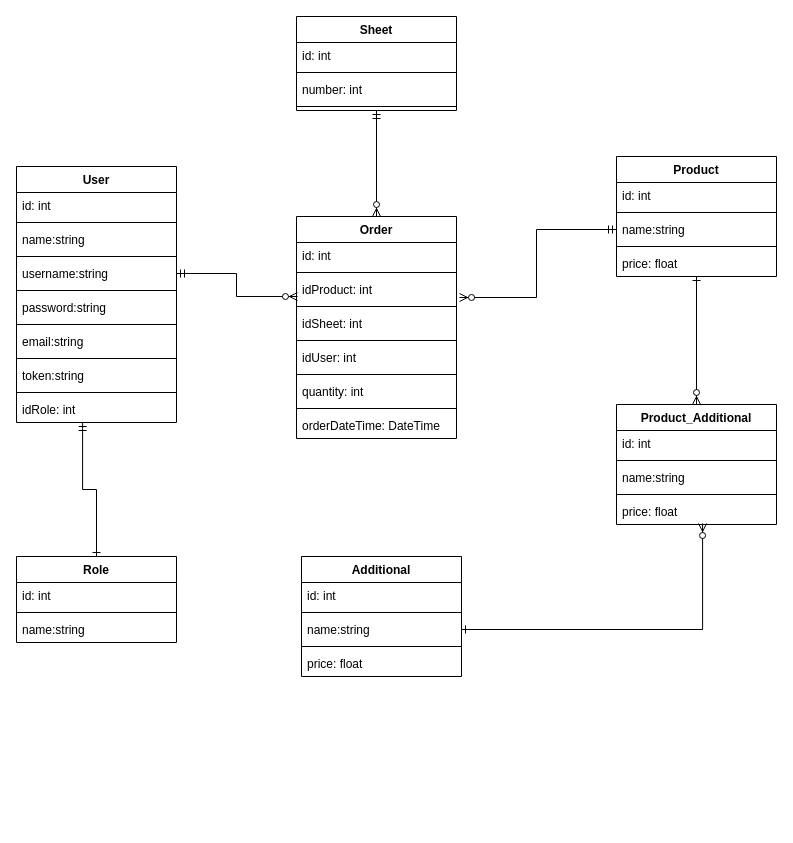
This is db_diagram.drawio from kaueemanuel/backend-bar-management, a draw.io file, before an edit. Source tidied: cells renumbered, new cells numbered last; positions are measured from the earlier drawing's top-left corner, leaving out a move shared by most shapes. Both pictures are drawn from the tidied source at 100%, with x=0, y=0 at pixel (16, 16).
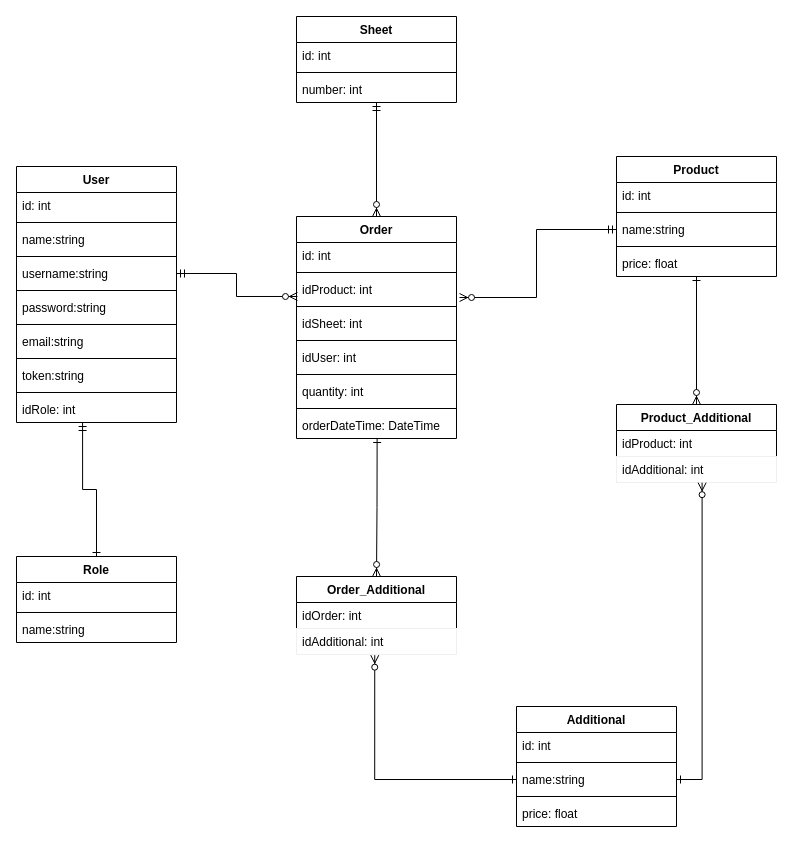
After the change.

The change refers to these unchanged cells:
```xml
<mxCell id="25" value="orderDateTime: DateTime" style="text;strokeColor=none;fillColor=none;align=left;verticalAlign=top;spacingLeft=4;spacingRight=4;overflow=hidden;points=[[0,0.5],[1,0.5]];portConstraint=eastwest;" parent="14" vertex="1">
  <mxGeometry y="196" width="160" height="26" as="geometry" />
</mxCell>
<mxCell id="45" value="name:string" style="text;strokeColor=none;fillColor=none;align=left;verticalAlign=top;spacingLeft=4;spacingRight=4;overflow=hidden;points=[[0,0.5],[1,0.5]];portConstraint=eastwest;" parent="42" vertex="1">
  <mxGeometry y="60" width="160" height="26" as="geometry" />
</mxCell>
```

Diff of the diagram source:
```diff
@@
     <mxCell id="9" value="Sheet" style="swimlane;fontStyle=1;align=center;verticalAlign=top;horizontal=1;startSize=26;" parent="1" vertex="1">
-      <mxGeometry x="280" width="160" height="94" as="geometry" />
+      <mxGeometry x="280" width="160" height="86" as="geometry" />
     </mxCell>
@@
-    <mxCell id="13" style="line;strokeWidth=1;fillColor=none;align=left;verticalAlign=middle;spacingTop=-1;spacingLeft=3;spacingRight=3;labelPosition=right;" parent="9" vertex="1">
-      <mxGeometry y="86" width="160" height="8" as="geometry" />
-    </mxCell>
@@
     <mxCell id="42" value="Additional" style="swimlane;fontStyle=1;align=center;verticalAlign=top;horizontal=1;startSize=26;" parent="1" vertex="1">
-      <mxGeometry x="285" y="540" width="160" height="120" as="geometry" />
+      <mxGeometry x="500" y="690" width="160" height="120" as="geometry" />
     </mxCell>
@@
     <mxCell id="49" value="Product_Additional" style="swimlane;fontStyle=1;align=center;verticalAlign=top;horizontal=1;startSize=26;" parent="1" vertex="1">
-      <mxGeometry x="600" y="388" width="160" height="120" as="geometry" />
+      <mxGeometry x="600" y="388" width="160" height="78" as="geometry" />
     </mxCell>
-    <mxCell id="50" value="id: int" style="text;strokeColor=none;fillColor=none;align=left;verticalAlign=top;spacingLeft=4;spacingRight=4;overflow=hidden;" parent="49" vertex="1">
+    <mxCell id="50" value="idProduct: int" style="text;strokeColor=none;fillColor=none;align=left;verticalAlign=top;spacingLeft=4;spacingRight=4;overflow=hidden;" parent="49" vertex="1">
       <mxGeometry y="26" width="160" height="26" as="geometry" />
     </mxCell>
-    <mxCell id="51" style="line;strokeWidth=1;fillColor=none;align=left;verticalAlign=middle;spacingTop=-1;spacingLeft=3;spacingRight=3;labelPosition=right;" parent="49" vertex="1">
-      <mxGeometry y="52" width="160" height="8" as="geometry" />
-    </mxCell>
-    <mxCell id="52" value="name:string" style="text;strokeColor=none;fillColor=none;align=left;verticalAlign=top;spacingLeft=4;spacingRight=4;overflow=hidden;" parent="49" vertex="1">
-      <mxGeometry y="60" width="160" height="26" as="geometry" />
-    </mxCell>
-    <mxCell id="53" style="line;strokeWidth=1;fillColor=none;align=left;verticalAlign=middle;spacingTop=-1;spacingLeft=3;spacingRight=3;labelPosition=right;" parent="49" vertex="1">
-      <mxGeometry y="86" width="160" height="8" as="geometry" />
-    </mxCell>
-    <mxCell id="54" value="price: float" style="text;strokeColor=none;fillColor=none;align=left;verticalAlign=top;spacingLeft=4;spacingRight=4;overflow=hidden;points=[[0,0.5],[1,0.5]];portConstraint=eastwest;" parent="49" vertex="1">
-      <mxGeometry y="94" width="160" height="26" as="geometry" />
-    </mxCell>
+    <mxCell id="61" value="idAdditional: int" style="text;fillColor=none;align=left;verticalAlign=top;spacingLeft=4;spacingRight=4;overflow=hidden;points=[[0,0.5],[1,0.5]];portConstraint=eastwest;strokeColor=#f0f0f0;" parent="49" vertex="1">
+      <mxGeometry y="52" width="160" height="26" as="geometry" />
+    </mxCell>
-    <mxCell id="55" style="edgeStyle=orthogonalEdgeStyle;rounded=0;jettySize=auto;html=1;entryX=0.538;entryY=0.962;entryDx=0;entryDy=0;entryPerimeter=0;startArrow=ERone;startFill=0;endArrow=ERzeroToMany;endFill=1;" parent="1" edge="1" source="45" target="54">
+    <mxCell id="55" style="edgeStyle=orthogonalEdgeStyle;rounded=0;jettySize=auto;html=1;entryX=0.535;entryY=1.006;entryDx=0;entryDy=0;entryPerimeter=0;startArrow=ERone;startFill=0;endArrow=ERzeroToMany;endFill=1;" parent="1" edge="1" source="45" target="61">
       <mxGeometry relative="1" as="geometry" />
     </mxCell>
@@
+    <mxCell id="62" style="edgeStyle=orthogonalEdgeStyle;rounded=0;jettySize=auto;html=1;exitX=0.5;exitY=0;exitDx=0;exitDy=0;entryX=0.504;entryY=1;entryDx=0;entryDy=0;entryPerimeter=0;endArrow=ERone;endFill=0;startArrow=ERzeroToMany;startFill=1;" parent="1" edge="1" target="25">
+      <mxGeometry relative="1" as="geometry">
+        <mxPoint x="360" y="560" as="sourcePoint" />
+      </mxGeometry>
+    </mxCell>
+    <mxCell id="63" style="edgeStyle=orthogonalEdgeStyle;rounded=0;jettySize=auto;html=1;exitX=0;exitY=0.5;exitDx=0;exitDy=0;entryX=0.489;entryY=1.026;entryDx=0;entryDy=0;entryPerimeter=0;startArrow=ERone;startFill=0;endArrow=ERzeroToMany;endFill=1;" parent="1" edge="1" source="45" target="66">
+      <mxGeometry relative="1" as="geometry" />
+    </mxCell>
+    <mxCell id="64" value="Order_Additional" style="swimlane;fontStyle=1;align=center;verticalAlign=top;horizontal=1;startSize=26;" parent="1" vertex="1">
+      <mxGeometry x="280" y="560" width="160" height="78" as="geometry" />
+    </mxCell>
+    <mxCell id="65" value="idOrder: int" style="text;strokeColor=none;fillColor=none;align=left;verticalAlign=top;spacingLeft=4;spacingRight=4;overflow=hidden;" parent="64" vertex="1">
+      <mxGeometry y="26" width="160" height="26" as="geometry" />
+    </mxCell>
+    <mxCell id="66" value="idAdditional: int" style="text;fillColor=none;align=left;verticalAlign=top;spacingLeft=4;spacingRight=4;overflow=hidden;points=[[0,0.5],[1,0.5]];portConstraint=eastwest;strokeColor=#f0f0f0;" parent="64" vertex="1">
+      <mxGeometry y="52" width="160" height="26" as="geometry" />
+    </mxCell>
```
